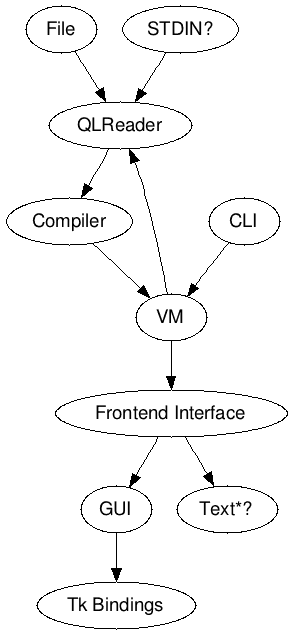
software-engineering-amsterdam/many-ql keeps this Graphviz diagram as carlos.cirello/architecture.png. Above is the earlier version. Its source is kept beside it as carlos.cirello/architecture.dot.
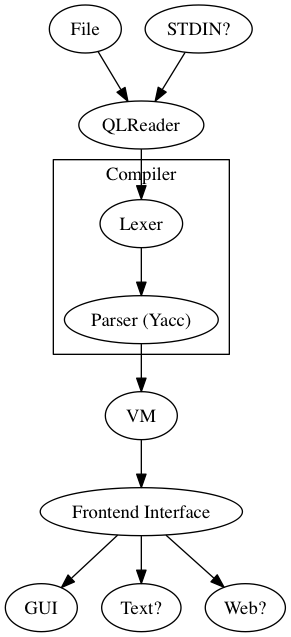
Later version of the same file.

Commit message:
Update architecture diagram file

Diagram updated to acknowledge the existence of a lexer and a
parser in the structure.

Change to the diagram source:
```diff
@@ -1,10 +1,16 @@
 digraph g{
 	"File" -> "QLReader"
 	"STDIN?" -> "QLReader"
-	"VM" -> "QLReader" -> "Compiler"
-	"CLI" -> "VM"
-	"Compiler" -> "VM"
+
+	"QLReader" -> "Lexer"
+	subgraph clusterCompiler {
+		label="Compiler"
+		"Lexer" -> "Parser (Yacc)"
+	}
+	"Parser (Yacc)" -> "VM"
+
 	"VM" -> "Frontend Interface"
-	"Frontend Interface" -> "GUI" -> "Tk Bindings"
-	"Frontend Interface" -> "Text*?"
+	"Frontend Interface" -> "GUI"
+	"Frontend Interface" -> "Text?"
+	"Frontend Interface" -> "Web?"
 }
```
